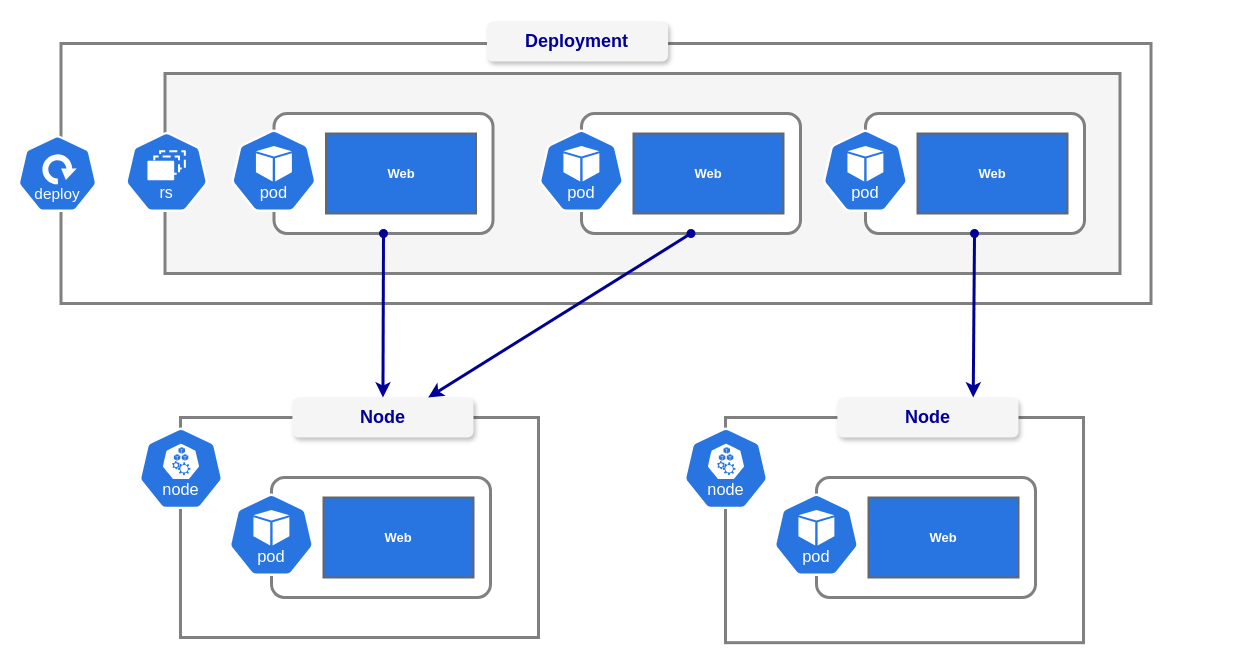
This is page "Deployment" (4 of 9) of drawio/core objects.drawio from k8sforum/intro-to-k8s, a draw.io file, before an edit. Source tidied: cells renumbered, new cells numbered last; positions are measured from the earlier drawing's top-left corner, leaving out a move shared by most shapes. Both pictures are drawn from the tidied source at 100%, with x=0, y=0 at pixel (17, 21).
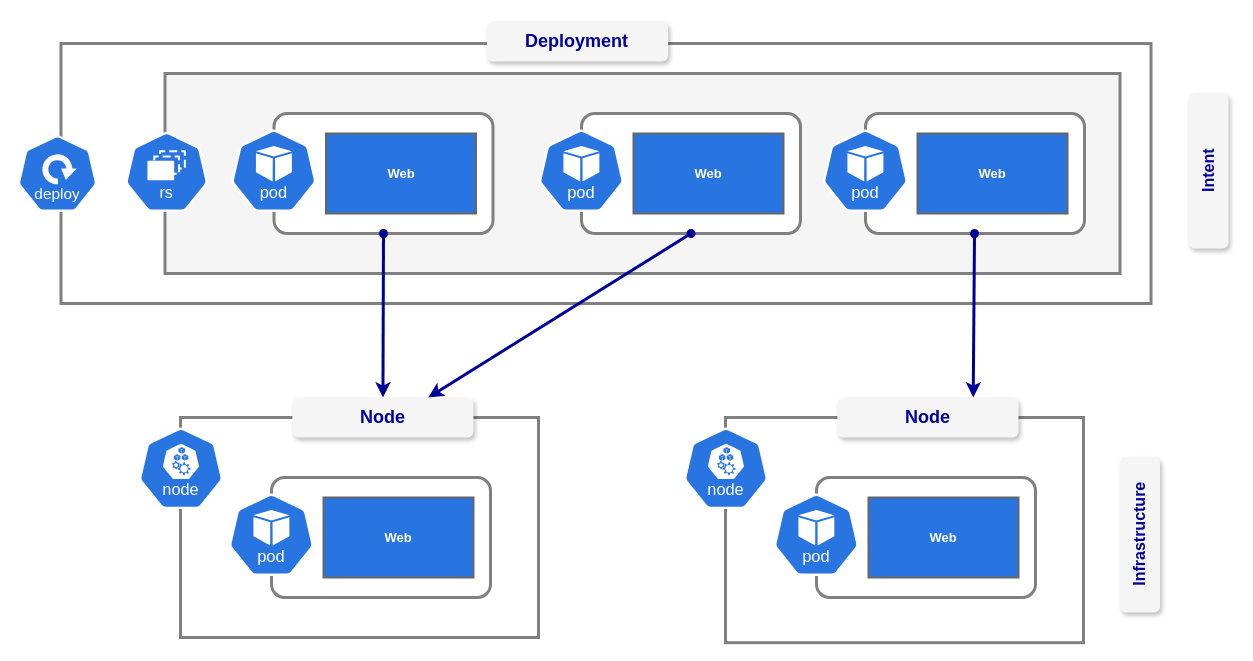
After the change.

The edit, as a diff of the source:
```diff
@@
+    <mxCell id="36" value="&lt;font style=&quot;color: rgb(0, 0, 153); font-size: 16px;&quot;&gt;&lt;b style=&quot;&quot;&gt;Infrastructure&lt;/b&gt;&lt;/font&gt;" style="text;html=1;whiteSpace=wrap;strokeColor=none;fillColor=#f5f5f5;align=center;verticalAlign=middle;rounded=1;fontColor=#333333;shadow=1;rotation=-90;" parent="1" vertex="1">
+      <mxGeometry x="1044.7" y="493.2" width="155.7" height="40" as="geometry" />
+    </mxCell>
+    <mxCell id="37" value="&lt;font style=&quot;color: rgb(0, 0, 153); font-size: 16px;&quot;&gt;&lt;b style=&quot;&quot;&gt;Intent&lt;/b&gt;&lt;/font&gt;" style="text;html=1;whiteSpace=wrap;strokeColor=none;fillColor=#f5f5f5;align=center;verticalAlign=middle;rounded=1;fontColor=#333333;shadow=1;rotation=-90;" parent="1" vertex="1">
+      <mxGeometry x="1113.2" y="129.2" width="155.7" height="40" as="geometry" />
+    </mxCell>
```
